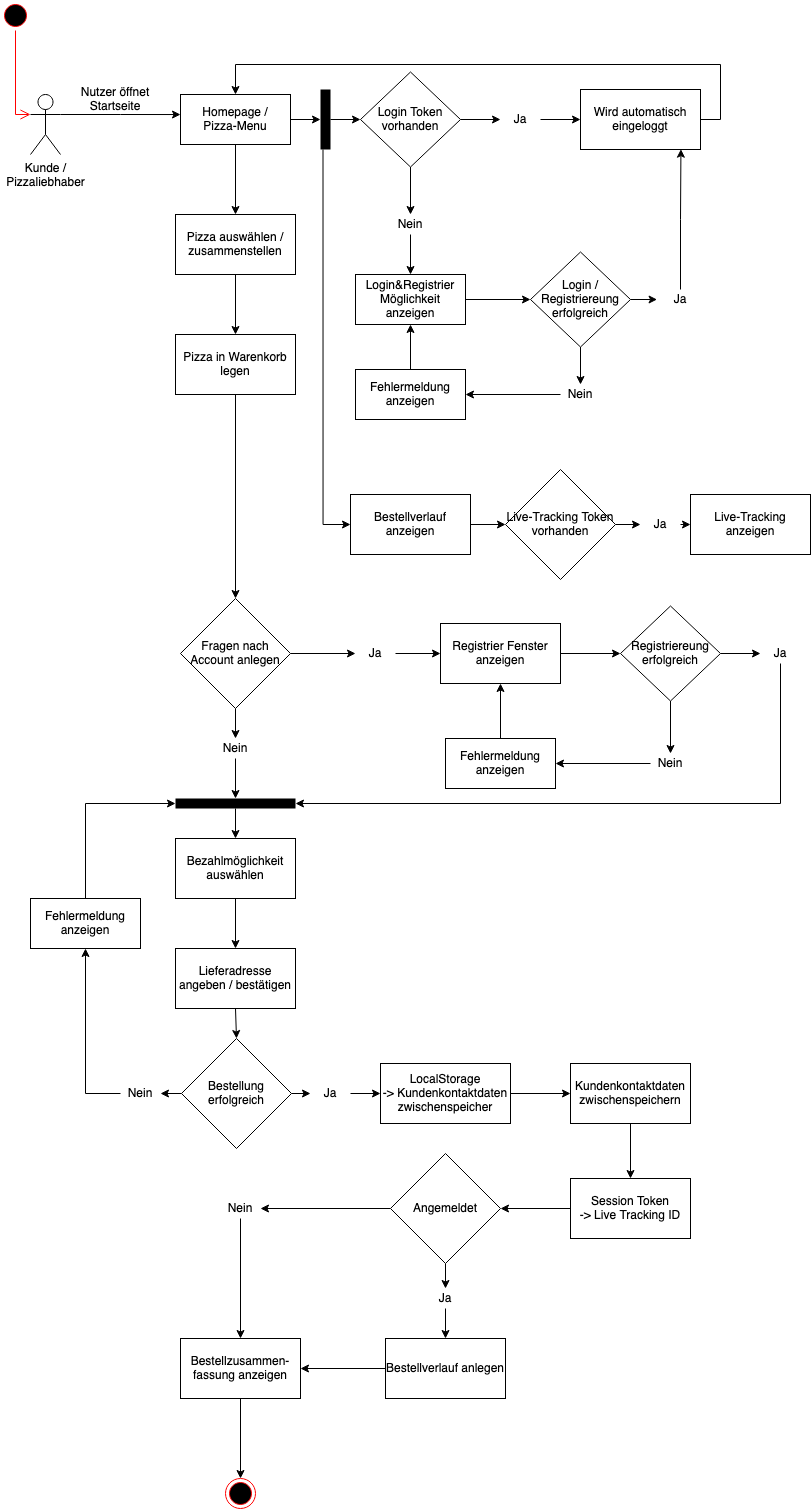
andreasweberd/BBS-GuT-IuK-F1a keeps this draw.io diagram as Team-Backend-Java-Kundensicht.png. Above is the earlier version. Source tidied: cells renumbered, new cells last; positions are measured from the earlier drawing's top-left corner, leaving out a move shared by most shapes.
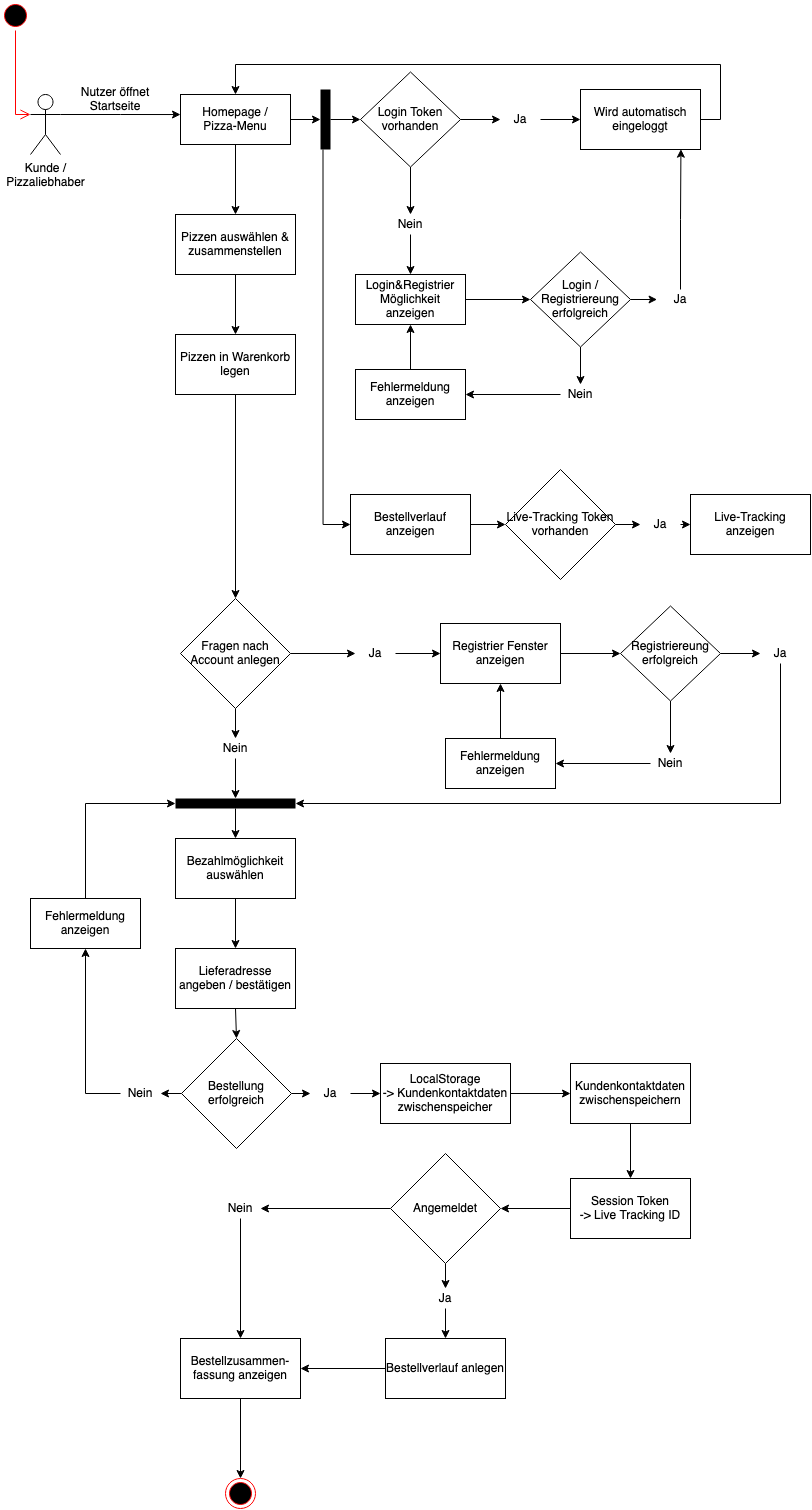
The same file after the commit.

Commit message:
UML-Flussdiagramm Kundensicht überarbeitet

Change to the diagram source:
```diff
@@ -94,7 +94,7 @@
     <mxCell id="29" style="edgeStyle=orthogonalEdgeStyle;rounded=0;jettySize=auto;html=1;exitX=0.5;exitY=1;exitDx=0;exitDy=0;entryX=0.5;entryY=0;entryDx=0;entryDy=0;" parent="1" edge="1" source="30" target="42">
       <mxGeometry relative="1" as="geometry" />
     </mxCell>
-    <mxCell id="30" value="Pizza auswählen / zusammenstellen" style="rounded=0;whiteSpace=wrap;html=1;" parent="1" vertex="1">
+    <mxCell id="30" value="Pizzen auswählen &amp;amp; zusammenstellen" style="rounded=0;whiteSpace=wrap;html=1;" parent="1" vertex="1">
       <mxGeometry x="175" y="214" width="120" height="60" as="geometry" />
     </mxCell>
     <mxCell id="31" style="edgeStyle=orthogonalEdgeStyle;rounded=0;jettySize=auto;html=1;exitX=0.5;exitY=1;exitDx=0;exitDy=0;" parent="1" edge="1" source="32" target="74">
@@ -130,7 +130,7 @@
     <mxCell id="41" value="Kundenkontaktdaten zwischenspeichern" style="rounded=0;whiteSpace=wrap;html=1;" parent="1" vertex="1">
       <mxGeometry x="570" y="1063" width="120" height="60" as="geometry" />
     </mxCell>
-    <mxCell id="42" value="Pizza in Warenkorb legen" style="rounded=0;whiteSpace=wrap;html=1;" parent="1" vertex="1">
+    <mxCell id="42" value="Pizzen in Warenkorb legen" style="rounded=0;whiteSpace=wrap;html=1;" parent="1" vertex="1">
       <mxGeometry x="175" y="334" width="120" height="60" as="geometry" />
     </mxCell>
     <mxCell id="43" style="edgeStyle=orthogonalEdgeStyle;rounded=0;jettySize=auto;html=1;exitX=1;exitY=0.5;exitDx=0;exitDy=0;entryX=0;entryY=0.5;entryDx=0;entryDy=0;" parent="1" edge="1" source="44" target="46">
```
